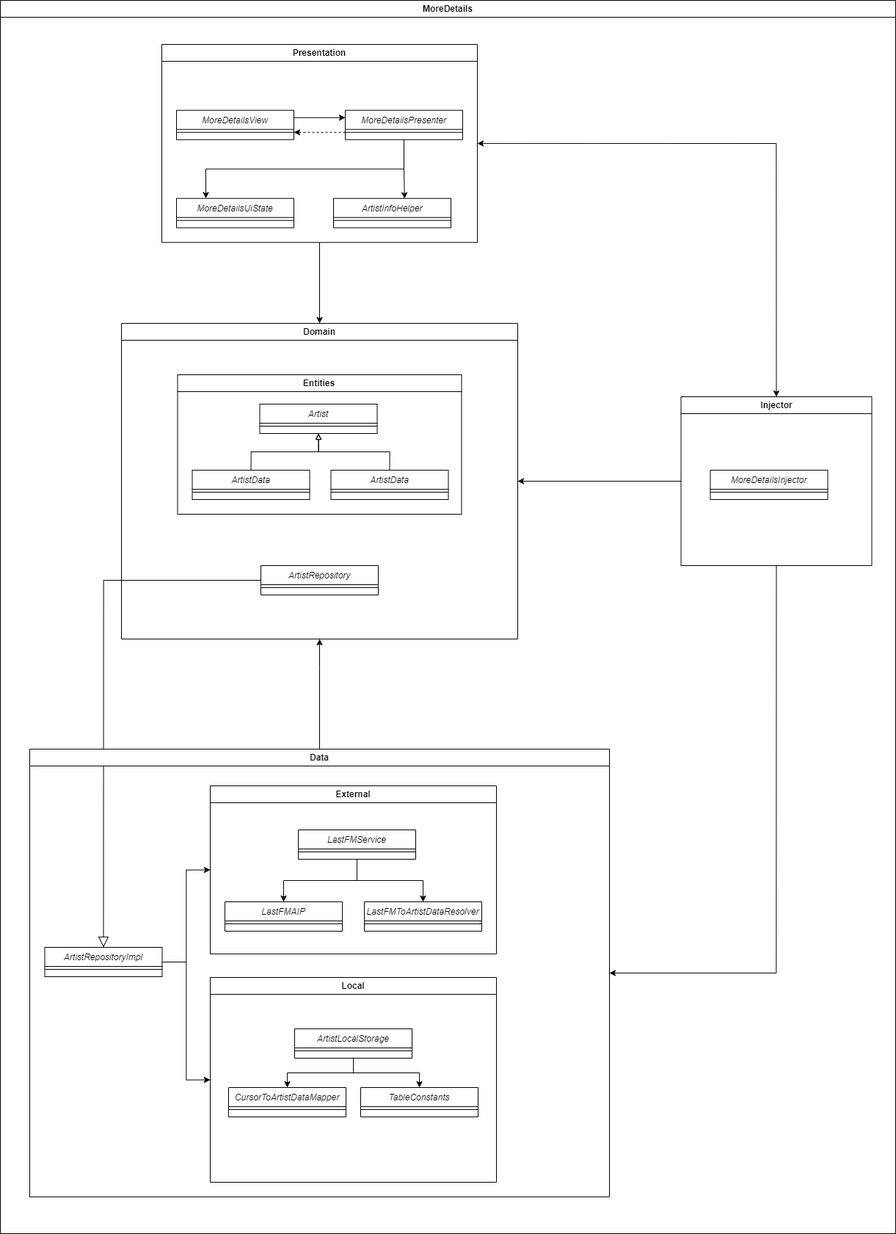
elagarrigue/AyDS23-Lisboa1 keeps this draw.io diagram as docs/moredetails_classes_diagram.png. Above is the earlier version. Source tidied: cells renumbered, new cells last; positions are measured from the earlier drawing's top-left corner, leaving out a move shared by most shapes. Source of this version:
```xml
<mxGraphModel>
  <root>
    <mxCell id="0" />
    <mxCell id="1" parent="0" />
    <mxCell id="2" value="MoreDetails" style="swimlane;whiteSpace=wrap;html=1;" parent="1" vertex="1">
      <mxGeometry width="1220" height="1680" as="geometry" />
    </mxCell>
    <mxCell id="3" value="MoreDetailsView" style="swimlane;fontStyle=2;align=center;verticalAlign=top;horizontal=1;startSize=26;rounded=0;shadow=0;strokeWidth=1;" parent="1" vertex="1">
      <mxGeometry x="240" y="149.8" width="160" height="40" as="geometry" />
    </mxCell>
    <mxCell id="4" style="line;html=1;strokeWidth=1;align=left;verticalAlign=middle;spacingTop=-1;spacingLeft=3;spacingRight=3;labelPosition=right;" parent="3" vertex="1">
      <mxGeometry y="26" width="160" height="8" as="geometry" />
    </mxCell>
    <mxCell id="5" value="MoreDetailsUiState" style="swimlane;fontStyle=2;align=center;verticalAlign=top;horizontal=1;startSize=26;rounded=0;shadow=0;strokeWidth=1;" parent="1" vertex="1">
      <mxGeometry x="240" y="269.8" width="160" height="40" as="geometry" />
    </mxCell>
    <mxCell id="6" style="line;html=1;strokeWidth=1;align=left;verticalAlign=middle;spacingTop=-1;spacingLeft=3;spacingRight=3;labelPosition=right;" parent="5" vertex="1">
      <mxGeometry y="26" width="160" height="8" as="geometry" />
    </mxCell>
    <mxCell id="7" style="edgeStyle=orthogonalEdgeStyle;rounded=0;jettySize=auto;html=1;exitX=0;exitY=0.75;exitDx=0;exitDy=0;entryX=1;entryY=0.75;entryDx=0;entryDy=0;dashed=1;" parent="1" edge="1" source="9" target="3">
      <mxGeometry relative="1" as="geometry" />
    </mxCell>
    <mxCell id="8" style="edgeStyle=orthogonalEdgeStyle;rounded=0;jettySize=auto;html=1;exitX=0.5;exitY=1;exitDx=0;exitDy=0;entryX=0.605;entryY=0.006;entryDx=0;entryDy=0;entryPerimeter=0;" parent="1" edge="1" source="9" target="15">
      <mxGeometry relative="1" as="geometry" />
    </mxCell>
    <mxCell id="9" value="MoreDetailsPresenter" style="swimlane;fontStyle=2;align=center;verticalAlign=top;horizontal=1;startSize=26;rounded=0;shadow=0;strokeWidth=1;" parent="1" vertex="1">
      <mxGeometry x="470" y="149.8" width="160" height="40" as="geometry" />
    </mxCell>
    <mxCell id="10" style="line;html=1;strokeWidth=1;align=left;verticalAlign=middle;spacingTop=-1;spacingLeft=3;spacingRight=3;labelPosition=right;" parent="9" vertex="1">
      <mxGeometry y="26" width="160" height="8" as="geometry" />
    </mxCell>
    <mxCell id="11" style="edgeStyle=orthogonalEdgeStyle;rounded=0;jettySize=auto;html=1;exitX=1;exitY=0.25;exitDx=0;exitDy=0;entryX=0;entryY=0.25;entryDx=0;entryDy=0;" parent="1" edge="1" source="3" target="9">
      <mxGeometry relative="1" as="geometry" />
    </mxCell>
    <mxCell id="12" style="edgeStyle=orthogonalEdgeStyle;rounded=0;jettySize=auto;html=1;exitX=0.5;exitY=1;exitDx=0;exitDy=0;entryX=0.25;entryY=0;entryDx=0;entryDy=0;" parent="1" edge="1" source="9" target="5">
      <mxGeometry relative="1" as="geometry" />
    </mxCell>
    <mxCell id="13" style="edgeStyle=orthogonalEdgeStyle;rounded=0;jettySize=auto;html=1;entryX=0.5;entryY=0;entryDx=0;entryDy=0;" parent="1" edge="1" source="14" target="17">
      <mxGeometry relative="1" as="geometry" />
    </mxCell>
    <mxCell id="14" value="Presentation" style="swimlane;whiteSpace=wrap;html=1;" parent="1" vertex="1">
      <mxGeometry x="220" y="60" width="430" height="269.8" as="geometry" />
    </mxCell>
    <mxCell id="15" value="ArtistInfoHelper" style="swimlane;fontStyle=2;align=center;verticalAlign=top;horizontal=1;startSize=26;rounded=0;shadow=0;strokeWidth=1;" parent="1" vertex="1">
      <mxGeometry x="454" y="269.8" width="160" height="40" as="geometry" />
    </mxCell>
    <mxCell id="16" style="line;html=1;strokeWidth=1;align=left;verticalAlign=middle;spacingTop=-1;spacingLeft=3;spacingRight=3;labelPosition=right;" parent="15" vertex="1">
      <mxGeometry y="26" width="160" height="8" as="geometry" />
    </mxCell>
    <mxCell id="17" value="Domain" style="swimlane;whiteSpace=wrap;html=1;" parent="1" vertex="1">
      <mxGeometry x="165" y="440" width="540" height="430" as="geometry" />
    </mxCell>
    <mxCell id="18" value="Artist" style="swimlane;fontStyle=2;align=center;verticalAlign=top;horizontal=1;startSize=26;rounded=0;shadow=0;strokeWidth=1;" parent="1" vertex="1">
      <mxGeometry x="353.5" y="550" width="160" height="40" as="geometry" />
    </mxCell>
    <mxCell id="19" style="line;html=1;strokeWidth=1;align=left;verticalAlign=middle;spacingTop=-1;spacingLeft=3;spacingRight=3;labelPosition=right;" parent="18" vertex="1">
      <mxGeometry y="26" width="160" height="8" as="geometry" />
    </mxCell>
    <mxCell id="20" value="ArtistData" style="swimlane;fontStyle=2;align=center;verticalAlign=top;horizontal=1;startSize=26;rounded=0;shadow=0;strokeWidth=1;" parent="1" vertex="1">
      <mxGeometry x="261.5" y="640" width="160" height="40" as="geometry" />
    </mxCell>
    <mxCell id="21" style="line;html=1;strokeWidth=1;align=left;verticalAlign=middle;spacingTop=-1;spacingLeft=3;spacingRight=3;labelPosition=right;" parent="20" vertex="1">
      <mxGeometry y="26" width="160" height="8" as="geometry" />
    </mxCell>
    <mxCell id="22" value="ArtistData" style="swimlane;fontStyle=2;align=center;verticalAlign=top;horizontal=1;startSize=26;rounded=0;shadow=0;strokeWidth=1;" parent="1" vertex="1">
      <mxGeometry x="450.5" y="640" width="160" height="40" as="geometry" />
    </mxCell>
    <mxCell id="23" style="line;html=1;strokeWidth=1;align=left;verticalAlign=middle;spacingTop=-1;spacingLeft=3;spacingRight=3;labelPosition=right;" parent="22" vertex="1">
      <mxGeometry y="26" width="160" height="8" as="geometry" />
    </mxCell>
    <mxCell id="24" style="edgeStyle=orthogonalEdgeStyle;rounded=0;jettySize=auto;html=1;exitX=0.5;exitY=0;exitDx=0;exitDy=0;entryX=0.5;entryY=1;entryDx=0;entryDy=0;endArrow=block;endFill=0;" parent="1" edge="1" source="20" target="18">
      <mxGeometry relative="1" as="geometry" />
    </mxCell>
    <mxCell id="25" style="edgeStyle=orthogonalEdgeStyle;rounded=0;jettySize=auto;html=1;exitX=0.5;exitY=0;exitDx=0;exitDy=0;entryX=0.5;entryY=1;entryDx=0;entryDy=0;endArrow=block;endFill=0;" parent="1" edge="1" source="22" target="18">
      <mxGeometry relative="1" as="geometry" />
    </mxCell>
    <mxCell id="26" value="Entities" style="swimlane;whiteSpace=wrap;html=1;" parent="1" vertex="1">
      <mxGeometry x="241.5" y="510" width="387" height="190" as="geometry" />
    </mxCell>
    <mxCell id="27" style="edgeStyle=orthogonalEdgeStyle;rounded=0;jettySize=auto;html=1;exitX=0;exitY=0.5;exitDx=0;exitDy=0;entryX=0.5;entryY=0;entryDx=0;entryDy=0;endArrow=block;endFill=0;endSize=12;" parent="1" edge="1" source="28" target="49">
      <mxGeometry relative="1" as="geometry">
        <Array as="points">
          <mxPoint x="141" y="790" />
        </Array>
      </mxGeometry>
    </mxCell>
    <mxCell id="28" value="ArtistRepository" style="swimlane;fontStyle=2;align=center;verticalAlign=top;horizontal=1;startSize=26;rounded=0;shadow=0;strokeWidth=1;" parent="1" vertex="1">
      <mxGeometry x="355" y="770" width="160" height="40" as="geometry" />
    </mxCell>
    <mxCell id="29" style="line;html=1;strokeWidth=1;align=left;verticalAlign=middle;spacingTop=-1;spacingLeft=3;spacingRight=3;labelPosition=right;" parent="28" vertex="1">
      <mxGeometry y="26" width="160" height="8" as="geometry" />
    </mxCell>
    <mxCell id="30" value="ArtistLocalStorage" style="swimlane;fontStyle=2;align=center;verticalAlign=top;horizontal=1;startSize=26;rounded=0;shadow=0;strokeWidth=1;" parent="1" vertex="1">
      <mxGeometry x="401" y="1401" width="160" height="40" as="geometry" />
    </mxCell>
    <mxCell id="31" style="line;html=1;strokeWidth=1;align=left;verticalAlign=middle;spacingTop=-1;spacingLeft=3;spacingRight=3;labelPosition=right;" parent="30" vertex="1">
      <mxGeometry y="26" width="160" height="8" as="geometry" />
    </mxCell>
    <mxCell id="32" value="TableConstants" style="swimlane;fontStyle=2;align=center;verticalAlign=top;horizontal=1;startSize=26;rounded=0;shadow=0;strokeWidth=1;" parent="1" vertex="1">
      <mxGeometry x="491" y="1481" width="160" height="40" as="geometry" />
    </mxCell>
    <mxCell id="33" style="line;html=1;strokeWidth=1;align=left;verticalAlign=middle;spacingTop=-1;spacingLeft=3;spacingRight=3;labelPosition=right;" parent="32" vertex="1">
      <mxGeometry y="26" width="160" height="8" as="geometry" />
    </mxCell>
    <mxCell id="34" style="edgeStyle=orthogonalEdgeStyle;rounded=0;jettySize=auto;html=1;exitX=0.5;exitY=1;exitDx=0;exitDy=0;entryX=0.5;entryY=0;entryDx=0;entryDy=0;" parent="1" edge="1" source="30" target="32">
      <mxGeometry relative="1" as="geometry" />
    </mxCell>
    <mxCell id="35" value="CursorToArtistDataMapper" style="swimlane;fontStyle=2;align=center;verticalAlign=top;horizontal=1;startSize=26;rounded=0;shadow=0;strokeWidth=1;" parent="1" vertex="1">
      <mxGeometry x="311" y="1481" width="160" height="40" as="geometry" />
    </mxCell>
    <mxCell id="36" style="line;html=1;strokeWidth=1;align=left;verticalAlign=middle;spacingTop=-1;spacingLeft=3;spacingRight=3;labelPosition=right;" parent="35" vertex="1">
      <mxGeometry y="26" width="160" height="8" as="geometry" />
    </mxCell>
    <mxCell id="37" style="edgeStyle=orthogonalEdgeStyle;rounded=0;jettySize=auto;html=1;exitX=0.5;exitY=1;exitDx=0;exitDy=0;entryX=0.5;entryY=0;entryDx=0;entryDy=0;" parent="1" edge="1" source="30" target="35">
      <mxGeometry relative="1" as="geometry" />
    </mxCell>
    <mxCell id="38" value="Local" style="swimlane;whiteSpace=wrap;html=1;" parent="1" vertex="1">
      <mxGeometry x="286" y="1331" width="390" height="279" as="geometry" />
    </mxCell>
    <mxCell id="39" value="External" style="swimlane;whiteSpace=wrap;html=1;" parent="1" vertex="1">
      <mxGeometry x="286" y="1070" width="390" height="229" as="geometry" />
    </mxCell>
    <mxCell id="40" style="edgeStyle=orthogonalEdgeStyle;rounded=0;jettySize=auto;html=1;exitX=0.5;exitY=1;exitDx=0;exitDy=0;entryX=0.5;entryY=0;entryDx=0;entryDy=0;" parent="39" edge="1" source="41" target="46">
      <mxGeometry relative="1" as="geometry" />
    </mxCell>
    <mxCell id="41" value="LastFMService" style="swimlane;fontStyle=2;align=center;verticalAlign=top;horizontal=1;startSize=26;rounded=0;shadow=0;strokeWidth=1;" parent="39" vertex="1">
      <mxGeometry x="120" y="60" width="160" height="40" as="geometry" />
    </mxCell>
    <mxCell id="42" style="line;html=1;strokeWidth=1;align=left;verticalAlign=middle;spacingTop=-1;spacingLeft=3;spacingRight=3;labelPosition=right;" parent="41" vertex="1">
      <mxGeometry y="26" width="160" height="8" as="geometry" />
    </mxCell>
    <mxCell id="43" value="LastFMToArtistDataResolver" style="swimlane;fontStyle=2;align=center;verticalAlign=top;horizontal=1;startSize=26;rounded=0;shadow=0;strokeWidth=1;" parent="39" vertex="1">
      <mxGeometry x="210" y="158" width="160" height="40" as="geometry" />
    </mxCell>
    <mxCell id="44" style="line;html=1;strokeWidth=1;align=left;verticalAlign=middle;spacingTop=-1;spacingLeft=3;spacingRight=3;labelPosition=right;" parent="43" vertex="1">
      <mxGeometry y="26" width="160" height="8" as="geometry" />
    </mxCell>
    <mxCell id="45" style="edgeStyle=orthogonalEdgeStyle;rounded=0;jettySize=auto;html=1;entryX=0.5;entryY=0;entryDx=0;entryDy=0;" parent="39" edge="1" source="41" target="43">
      <mxGeometry relative="1" as="geometry" />
    </mxCell>
    <mxCell id="46" value="LastFMAIP" style="swimlane;fontStyle=2;align=center;verticalAlign=top;horizontal=1;startSize=26;rounded=0;shadow=0;strokeWidth=1;" parent="39" vertex="1">
      <mxGeometry x="20" y="158" width="160" height="40" as="geometry" />
    </mxCell>
    <mxCell id="47" style="line;html=1;strokeWidth=1;align=left;verticalAlign=middle;spacingTop=-1;spacingLeft=3;spacingRight=3;labelPosition=right;" parent="46" vertex="1">
      <mxGeometry y="26" width="160" height="8" as="geometry" />
    </mxCell>
    <mxCell id="48" value="Data" style="swimlane;whiteSpace=wrap;html=1;" parent="1" vertex="1">
      <mxGeometry x="40" y="1020" width="790" height="610" as="geometry" />
    </mxCell>
    <mxCell id="49" value="ArtistRepositoryImpl" style="swimlane;fontStyle=2;align=center;verticalAlign=top;horizontal=1;startSize=26;rounded=0;shadow=0;strokeWidth=1;" parent="48" vertex="1">
      <mxGeometry x="20.5" y="270" width="160" height="40" as="geometry" />
    </mxCell>
    <mxCell id="50" style="line;html=1;strokeWidth=1;align=left;verticalAlign=middle;spacingTop=-1;spacingLeft=3;spacingRight=3;labelPosition=right;" parent="49" vertex="1">
      <mxGeometry y="26" width="160" height="8" as="geometry" />
    </mxCell>
    <mxCell id="51" style="edgeStyle=orthogonalEdgeStyle;rounded=0;jettySize=auto;html=1;exitX=1;exitY=0.5;exitDx=0;exitDy=0;entryX=0;entryY=0.5;entryDx=0;entryDy=0;" parent="1" edge="1" source="49" target="39">
      <mxGeometry relative="1" as="geometry" />
    </mxCell>
    <mxCell id="52" style="edgeStyle=orthogonalEdgeStyle;rounded=0;jettySize=auto;html=1;exitX=1;exitY=0.5;exitDx=0;exitDy=0;entryX=0;entryY=0.5;entryDx=0;entryDy=0;" parent="1" edge="1" source="49" target="38">
      <mxGeometry relative="1" as="geometry" />
    </mxCell>
    <mxCell id="53" style="edgeStyle=orthogonalEdgeStyle;rounded=0;jettySize=auto;html=1;entryX=0.5;entryY=1;entryDx=0;entryDy=0;" parent="1" edge="1" source="48" target="17">
      <mxGeometry relative="1" as="geometry">
        <Array as="points">
          <mxPoint x="435.5" y="910" />
          <mxPoint x="435.5" y="910" />
        </Array>
      </mxGeometry>
    </mxCell>
    <mxCell id="54" value="MoreDetailsInjector" style="swimlane;fontStyle=2;align=center;verticalAlign=top;horizontal=1;startSize=26;rounded=0;shadow=0;strokeWidth=1;" parent="1" vertex="1">
      <mxGeometry x="967.5" y="640" width="160" height="40" as="geometry" />
    </mxCell>
    <mxCell id="55" style="line;html=1;strokeWidth=1;align=left;verticalAlign=middle;spacingTop=-1;spacingLeft=3;spacingRight=3;labelPosition=right;" parent="54" vertex="1">
      <mxGeometry y="26" width="160" height="8" as="geometry" />
    </mxCell>
    <mxCell id="56" value="Injector" style="swimlane;whiteSpace=wrap;html=1;" parent="1" vertex="1">
      <mxGeometry x="927.5" y="540" width="260" height="230" as="geometry" />
    </mxCell>
    <mxCell id="57" style="edgeStyle=orthogonalEdgeStyle;rounded=0;jettySize=auto;html=1;startArrow=classic;startFill=1;entryX=1;entryY=0.5;entryDx=0;entryDy=0;exitX=0.5;exitY=0;exitDx=0;exitDy=0;" parent="1" edge="1" source="56" target="14">
      <mxGeometry relative="1" as="geometry">
        <Array as="points">
          <mxPoint x="1057.5" y="195" />
        </Array>
      </mxGeometry>
    </mxCell>
    <mxCell id="58" style="edgeStyle=orthogonalEdgeStyle;rounded=0;jettySize=auto;html=1;entryX=1;entryY=0.5;entryDx=0;entryDy=0;exitX=0.5;exitY=1;exitDx=0;exitDy=0;" parent="1" edge="1" source="56" target="48">
      <mxGeometry relative="1" as="geometry">
        <Array as="points">
          <mxPoint x="1057.5" y="1325" />
        </Array>
      </mxGeometry>
    </mxCell>
    <mxCell id="59" style="edgeStyle=orthogonalEdgeStyle;rounded=0;jettySize=auto;html=1;exitX=0;exitY=0.5;exitDx=0;exitDy=0;entryX=1;entryY=0.5;entryDx=0;entryDy=0;" parent="1" edge="1" source="56" target="17">
      <mxGeometry relative="1" as="geometry">
        <Array as="points">
          <mxPoint x="927.5" y="655" />
        </Array>
      </mxGeometry>
    </mxCell>
  </root>
</mxGraphModel>
```
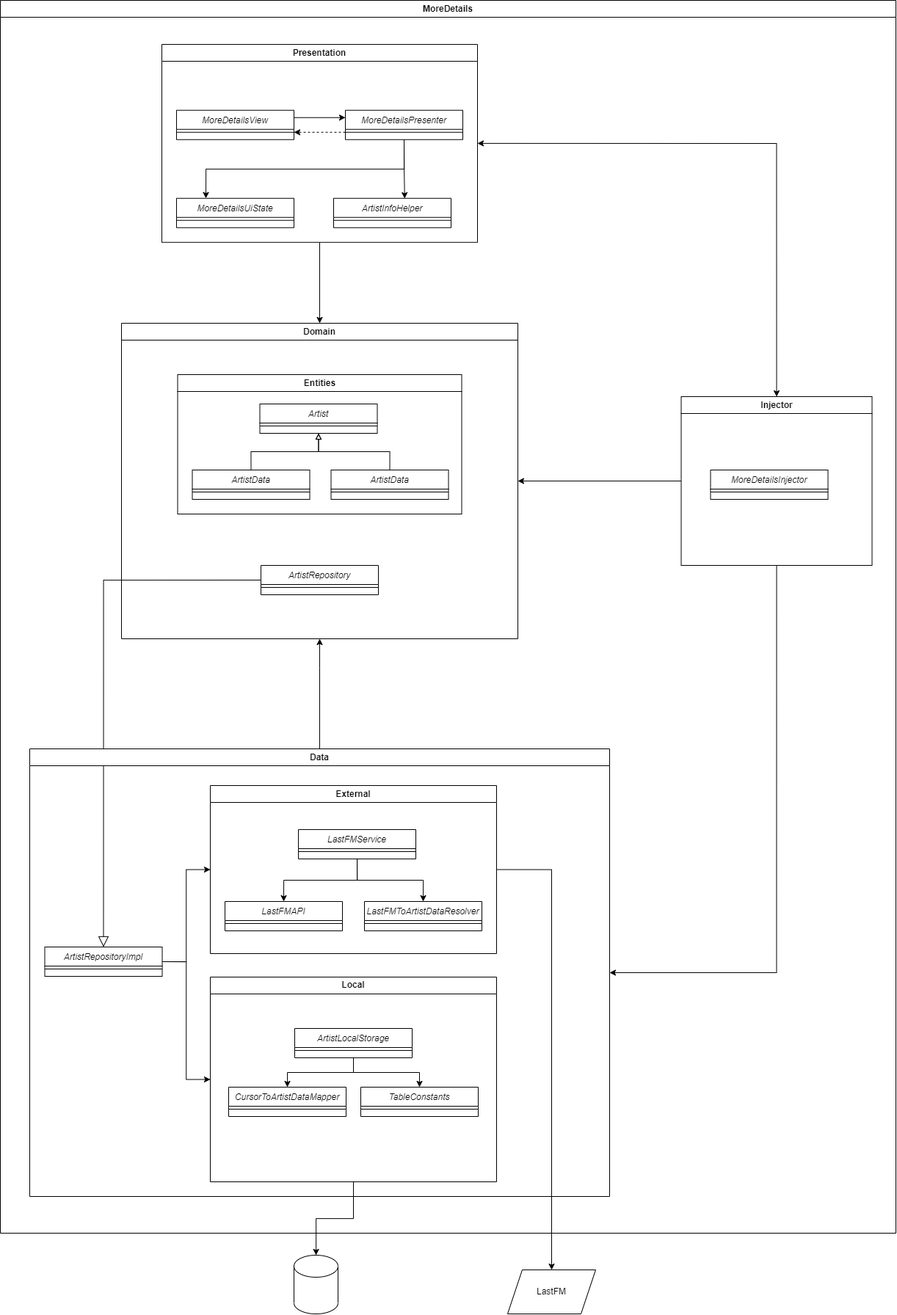
The same file after the commit.

Commit message:
Agregamos el servicio LastFM al diagrama

The edit, as a diff of the source:
```diff
@@ -114,9 +114,15 @@
     <mxCell id="37" style="edgeStyle=orthogonalEdgeStyle;rounded=0;jettySize=auto;html=1;exitX=0.5;exitY=1;exitDx=0;exitDy=0;entryX=0.5;entryY=0;entryDx=0;entryDy=0;" parent="1" edge="1" source="30" target="35">
       <mxGeometry relative="1" as="geometry" />
     </mxCell>
+    <mxCell id="60" style="edgeStyle=orthogonalEdgeStyle;rounded=0;jettySize=auto;html=1;" parent="1" edge="1" source="38" target="63">
+      <mxGeometry relative="1" as="geometry" />
+    </mxCell>
     <mxCell id="38" value="Local" style="swimlane;whiteSpace=wrap;html=1;" parent="1" vertex="1">
       <mxGeometry x="286" y="1331" width="390" height="279" as="geometry" />
     </mxCell>
+    <mxCell id="61" style="edgeStyle=orthogonalEdgeStyle;rounded=0;jettySize=auto;html=1;exitX=1;exitY=0.5;exitDx=0;exitDy=0;entryX=0.5;entryY=0;entryDx=0;entryDy=0;" parent="1" edge="1" source="39" target="62">
+      <mxGeometry relative="1" as="geometry" />
+    </mxCell>
     <mxCell id="39" value="External" style="swimlane;whiteSpace=wrap;html=1;" parent="1" vertex="1">
       <mxGeometry x="286" y="1070" width="390" height="229" as="geometry" />
     </mxCell>
@@ -138,7 +144,7 @@
     <mxCell id="45" style="edgeStyle=orthogonalEdgeStyle;rounded=0;jettySize=auto;html=1;entryX=0.5;entryY=0;entryDx=0;entryDy=0;" parent="39" edge="1" source="41" target="43">
       <mxGeometry relative="1" as="geometry" />
     </mxCell>
-    <mxCell id="46" value="LastFMAIP" style="swimlane;fontStyle=2;align=center;verticalAlign=top;horizontal=1;startSize=26;rounded=0;shadow=0;strokeWidth=1;" parent="39" vertex="1">
+    <mxCell id="46" value="LastFMAPI" style="swimlane;fontStyle=2;align=center;verticalAlign=top;horizontal=1;startSize=26;rounded=0;shadow=0;strokeWidth=1;" parent="39" vertex="1">
       <mxGeometry x="20" y="158" width="160" height="40" as="geometry" />
     </mxCell>
     <mxCell id="47" style="line;html=1;strokeWidth=1;align=left;verticalAlign=middle;spacingTop=-1;spacingLeft=3;spacingRight=3;labelPosition=right;" parent="46" vertex="1">
@@ -197,5 +203,11 @@
         </Array>
       </mxGeometry>
     </mxCell>
+    <mxCell id="62" value="LastFM" style="shape=parallelogram;perimeter=parallelogramPerimeter;whiteSpace=wrap;html=1;fixedSize=1;" parent="1" vertex="1">
+      <mxGeometry x="691" y="1730" width="120" height="60" as="geometry" />
+    </mxCell>
+    <mxCell id="63" style="shape=cylinder3;whiteSpace=wrap;html=1;boundedLbl=1;backgroundOutline=1;size=15;" parent="1" vertex="1">
+      <mxGeometry x="400" y="1710" width="60" height="80" as="geometry" />
+    </mxCell>
   </root>
 </mxGraphModel>
```
